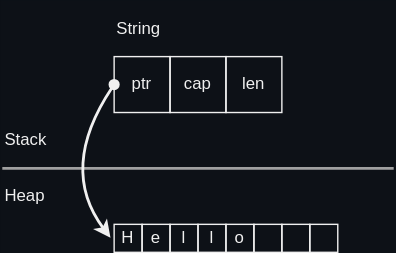
htgithub194/self-study keeps this draw.io diagram as docs/rust/memory_layout/images/String.drawio.svg. Above is the earlier version. Source tidied: cells renumbered, new cells last; positions are measured from the earlier drawing's top-left corner, leaving out a move shared by most shapes.
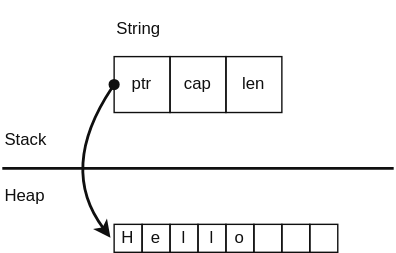
Later version of the same file.

What changed in the source:
```diff
@@ -1,32 +1,32 @@
-<mxGraphModel background="#0D1117">
+<mxGraphModel>
   <root>
     <mxCell id="0" />
     <mxCell id="1" parent="0" />
-    <mxCell id="2" value="Stack" style="text;html=1;strokeColor=none;fillColor=none;align=left;verticalAlign=middle;whiteSpace=wrap;rounded=0;fontColor=#F0F0F0;" parent="1" vertex="1">
+    <mxCell id="2" value="Stack" style="text;html=1;strokeColor=none;fillColor=none;align=left;verticalAlign=middle;whiteSpace=wrap;rounded=0;fontColor=light-dark(#0F0F0F,#F0F0F0);" parent="1" vertex="1">
       <mxGeometry y="80" width="80" height="40" as="geometry" />
     </mxCell>
-    <mxCell id="3" value="Heap" style="text;html=1;strokeColor=none;fillColor=none;align=left;verticalAlign=middle;whiteSpace=wrap;rounded=0;fontColor=#F0F0F0;" parent="1" vertex="1">
+    <mxCell id="3" value="Heap" style="text;html=1;strokeColor=none;fillColor=none;align=left;verticalAlign=middle;whiteSpace=wrap;rounded=0;fontColor=light-dark(#0F0F0F,#F0F0F0);" parent="1" vertex="1">
       <mxGeometry y="120" width="80" height="40" as="geometry" />
     </mxCell>
-    <mxCell id="4" style="endArrow=none;html=1;strokeColor=#A0A0A0;strokeWidth=2;fontColor=#F0F0F0;" parent="1" edge="1">
+    <mxCell id="4" style="endArrow=none;html=1;strokeColor=light-dark(#0F0F0F,#F0F0F0);strokeWidth=2;fontColor=light-dark(#0F0F0F,#F0F0F0);" parent="1" edge="1">
       <mxGeometry relative="1" as="geometry">
         <mxPoint y="120" as="sourcePoint" />
         <mxPoint x="280" y="120" as="targetPoint" />
       </mxGeometry>
     </mxCell>
-    <mxCell id="5" value="String" style="text;html=1;strokeColor=none;fillColor=none;align=left;verticalAlign=middle;whiteSpace=wrap;rounded=0;fontColor=#F0F0F0;" parent="1" vertex="1">
+    <mxCell id="5" value="String" style="text;html=1;strokeColor=none;fillColor=none;align=left;verticalAlign=middle;whiteSpace=wrap;rounded=0;fontColor=light-dark(#0F0F0F,#F0F0F0);" parent="1" vertex="1">
       <mxGeometry x="80" width="80" height="40" as="geometry" />
     </mxCell>
-    <mxCell id="6" value="ptr" style="rounded=0;whiteSpace=wrap;html=1;flipH=1;flipV=1;fillColor=none;fontColor=#F0F0F0;strokeColor=#F0F0F0;" parent="1" vertex="1">
+    <mxCell id="6" value="ptr" style="rounded=0;whiteSpace=wrap;html=1;flipH=1;flipV=1;fillColor=none;fontColor=light-dark(#0F0F0F,#F0F0F0);strokeColor=light-dark(#0F0F0F,#F0F0F0);" parent="1" vertex="1">
       <mxGeometry x="80" y="40" width="40" height="40" as="geometry" />
     </mxCell>
-    <mxCell id="7" value="cap" style="rounded=0;whiteSpace=wrap;html=1;flipH=1;flipV=1;fillColor=none;fontColor=#F0F0F0;strokeColor=#F0F0F0;" parent="1" vertex="1">
+    <mxCell id="7" value="cap" style="rounded=0;whiteSpace=wrap;html=1;flipH=1;flipV=1;fillColor=none;fontColor=light-dark(#0F0F0F,#F0F0F0);strokeColor=light-dark(#0F0F0F,#F0F0F0);" parent="1" vertex="1">
       <mxGeometry x="120" y="40" width="40" height="40" as="geometry" />
     </mxCell>
-    <mxCell id="8" value="len" style="rounded=0;whiteSpace=wrap;html=1;flipH=1;flipV=1;fillColor=none;fontColor=#F0F0F0;strokeColor=#F0F0F0;" parent="1" vertex="1">
+    <mxCell id="8" value="len" style="rounded=0;whiteSpace=wrap;html=1;flipH=1;flipV=1;fillColor=none;fontColor=light-dark(#0F0F0F,#F0F0F0);strokeColor=light-dark(#0F0F0F,#F0F0F0);" parent="1" vertex="1">
       <mxGeometry x="160" y="40" width="40" height="40" as="geometry" />
     </mxCell>
-    <mxCell id="9" style="edgeStyle=none;html=1;entryX=1.13;entryY=0.52;entryDx=0;entryDy=0;strokeColor=#F0F0F0;strokeWidth=2;exitX=0;exitY=0.5;exitDx=0;exitDy=0;curved=1;startArrow=oval;startFill=1;fontColor=#F0F0F0;entryPerimeter=0;" parent="1" edge="1" target="10">
+    <mxCell id="9" style="edgeStyle=none;html=1;entryX=1.13;entryY=0.52;entryDx=0;entryDy=0;strokeColor=light-dark(#0F0F0F,#F0F0F0);strokeWidth=2;exitX=0;exitY=0.5;exitDx=0;exitDy=0;curved=1;startArrow=oval;startFill=1;fontColor=light-dark(#0F0F0F,#F0F0F0);entryPerimeter=0;" parent="1" edge="1" target="10">
       <mxGeometry relative="1" as="geometry">
         <mxPoint x="80" y="60" as="sourcePoint" />
         <Array as="points">
@@ -34,28 +34,28 @@
         </Array>
       </mxGeometry>
     </mxCell>
-    <mxCell id="10" value="H" style="rounded=0;whiteSpace=wrap;html=1;flipH=1;flipV=1;fillColor=none;fontColor=#F0F0F0;strokeColor=#F0F0F0;" parent="1" vertex="1">
+    <mxCell id="10" value="H" style="rounded=0;whiteSpace=wrap;html=1;flipH=1;flipV=1;fillColor=none;fontColor=light-dark(#0F0F0F,#F0F0F0);strokeColor=light-dark(#0F0F0F,#F0F0F0);" parent="1" vertex="1">
       <mxGeometry x="80" y="160" width="20" height="20" as="geometry" />
     </mxCell>
-    <mxCell id="11" value="e" style="rounded=0;whiteSpace=wrap;html=1;flipH=1;flipV=1;fillColor=none;fontColor=#F0F0F0;strokeColor=#F0F0F0;" parent="1" vertex="1">
+    <mxCell id="11" value="e" style="rounded=0;whiteSpace=wrap;html=1;flipH=1;flipV=1;fillColor=none;fontColor=light-dark(#0F0F0F,#F0F0F0);strokeColor=light-dark(#0F0F0F,#F0F0F0);" parent="1" vertex="1">
       <mxGeometry x="100" y="160" width="20" height="20" as="geometry" />
     </mxCell>
-    <mxCell id="12" value="l" style="rounded=0;whiteSpace=wrap;html=1;flipH=1;flipV=1;fillColor=none;fontColor=#F0F0F0;strokeColor=#F0F0F0;" parent="1" vertex="1">
+    <mxCell id="12" value="l" style="rounded=0;whiteSpace=wrap;html=1;flipH=1;flipV=1;fillColor=none;fontColor=light-dark(#0F0F0F,#F0F0F0);strokeColor=light-dark(#0F0F0F,#F0F0F0);" parent="1" vertex="1">
       <mxGeometry x="120" y="160" width="20" height="20" as="geometry" />
     </mxCell>
-    <mxCell id="13" value="l" style="rounded=0;whiteSpace=wrap;html=1;flipH=1;flipV=1;fillColor=none;fontColor=#F0F0F0;strokeColor=#F0F0F0;" parent="1" vertex="1">
+    <mxCell id="13" value="l" style="rounded=0;whiteSpace=wrap;html=1;flipH=1;flipV=1;fillColor=none;fontColor=light-dark(#0F0F0F,#F0F0F0);strokeColor=light-dark(#0F0F0F,#F0F0F0);" parent="1" vertex="1">
       <mxGeometry x="140" y="160" width="20" height="20" as="geometry" />
     </mxCell>
-    <mxCell id="14" value="o" style="rounded=0;whiteSpace=wrap;html=1;flipH=1;flipV=1;fillColor=none;fontColor=#F0F0F0;strokeColor=#F0F0F0;" parent="1" vertex="1">
+    <mxCell id="14" value="o" style="rounded=0;whiteSpace=wrap;html=1;flipH=1;flipV=1;fillColor=none;fontColor=light-dark(#0F0F0F,#F0F0F0);strokeColor=light-dark(#0F0F0F,#F0F0F0);" parent="1" vertex="1">
       <mxGeometry x="160" y="160" width="20" height="20" as="geometry" />
     </mxCell>
-    <mxCell id="15" style="rounded=0;whiteSpace=wrap;html=1;flipH=1;flipV=1;fillColor=none;fontColor=#F0F0F0;strokeColor=#F0F0F0;" parent="1" vertex="1">
+    <mxCell id="15" style="rounded=0;whiteSpace=wrap;html=1;flipH=1;flipV=1;fillColor=none;fontColor=light-dark(#0F0F0F,#F0F0F0);strokeColor=light-dark(#0F0F0F,#F0F0F0);" parent="1" vertex="1">
       <mxGeometry x="180" y="160" width="20" height="20" as="geometry" />
     </mxCell>
-    <mxCell id="16" style="rounded=0;whiteSpace=wrap;html=1;flipH=1;flipV=1;fillColor=none;fontColor=#F0F0F0;strokeColor=#F0F0F0;" parent="1" vertex="1">
+    <mxCell id="16" style="rounded=0;whiteSpace=wrap;html=1;flipH=1;flipV=1;fillColor=none;fontColor=light-dark(#0F0F0F,#F0F0F0);strokeColor=light-dark(#0F0F0F,#F0F0F0);" parent="1" vertex="1">
       <mxGeometry x="200" y="160" width="20" height="20" as="geometry" />
     </mxCell>
-    <mxCell id="17" style="rounded=0;whiteSpace=wrap;html=1;flipH=1;flipV=1;fillColor=none;fontColor=#F0F0F0;strokeColor=#F0F0F0;" parent="1" vertex="1">
+    <mxCell id="17" style="rounded=0;whiteSpace=wrap;html=1;flipH=1;flipV=1;fillColor=none;fontColor=light-dark(#0F0F0F,#F0F0F0);strokeColor=light-dark(#0F0F0F,#F0F0F0);" parent="1" vertex="1">
       <mxGeometry x="220" y="160" width="20" height="20" as="geometry" />
     </mxCell>
   </root>
```
